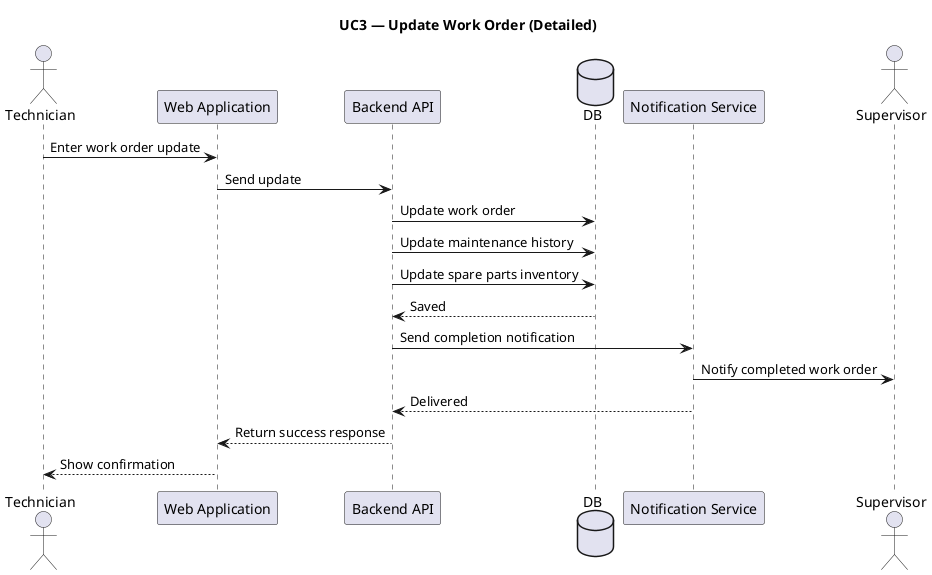
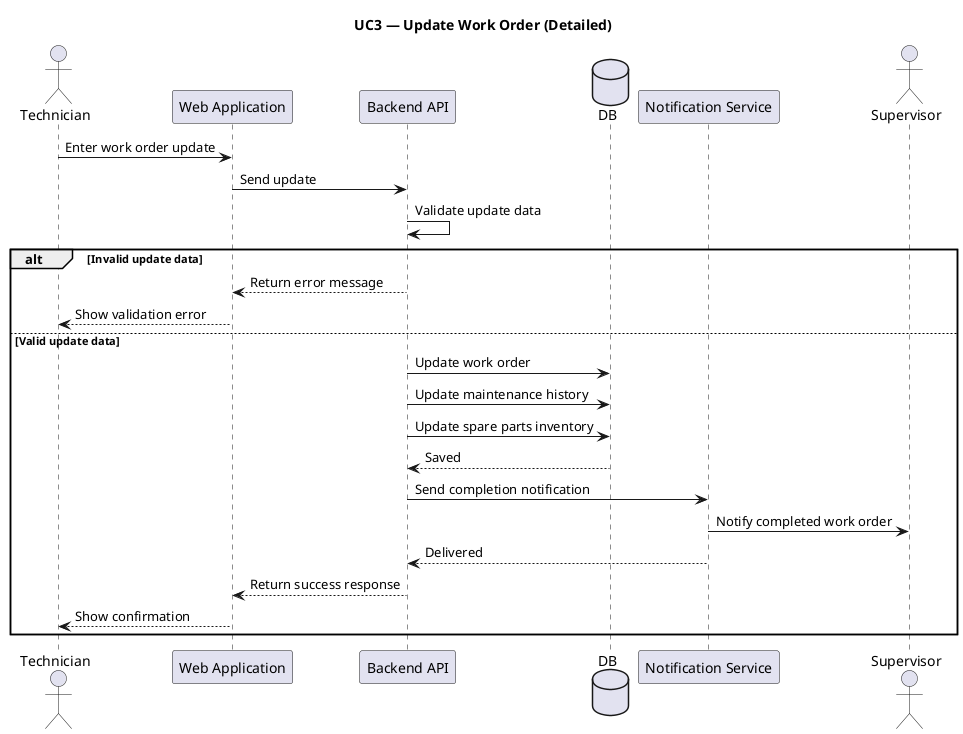
@startuml
title UC3 — Update Work Order (Detailed)

actor Technician
participant "Web Application" as Web
participant "Backend API" as API
database "DB" as DB
participant "Notification Service" as Notif
actor Supervisor

Technician -> Web : Enter work order update
Web -> API : Send update

- API -> DB : Update work order
- API -> DB : Update maintenance history
- API -> DB : Update spare parts inventory
- DB --> API : Saved
+ API -> API : Validate update data

- API -> Notif : Send completion notification
- Notif -> Supervisor : Notify completed work order
- Notif --> API : Delivered
+ alt Invalid update data
+     API --> Web : Return error message
+     Web --> Technician : Show validation error
+ else Valid update data
+     API -> DB : Update work order
+     API -> DB : Update maintenance history
+     API -> DB : Update spare parts inventory
+     DB --> API : Saved

- API --> Web : Return success response
- Web --> Technician : Show confirmation
+     API -> Notif : Send completion notification
+     Notif -> Supervisor : Notify completed work order
+     Notif --> API : Delivered

- @enduml
+     API --> Web : Return success response
+     Web --> Technician : Show confirmation
+ end
+ 
+ @enduml